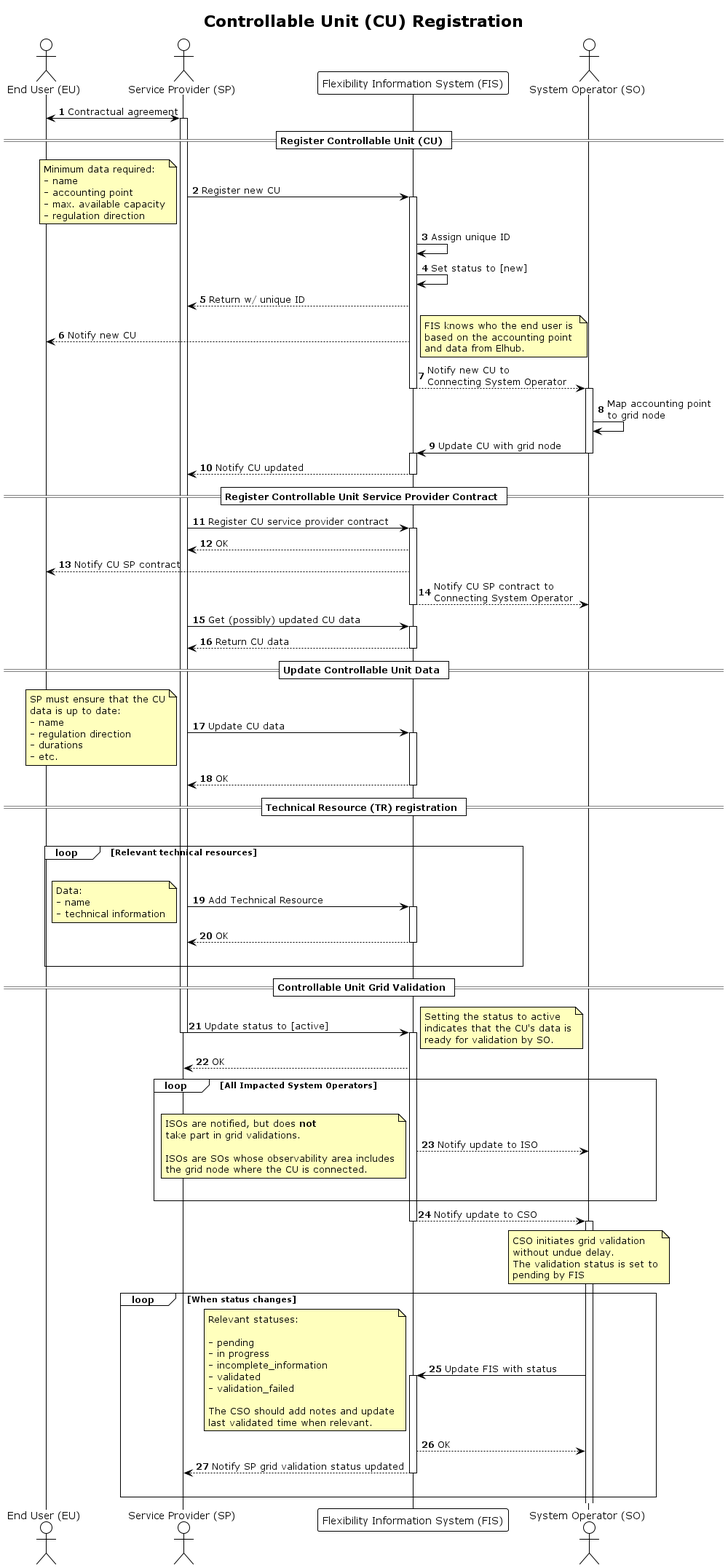
Above: docs/diagrams/controllable_unit_registration.png in elhub/flex-information-system (PlantUML), before the change.
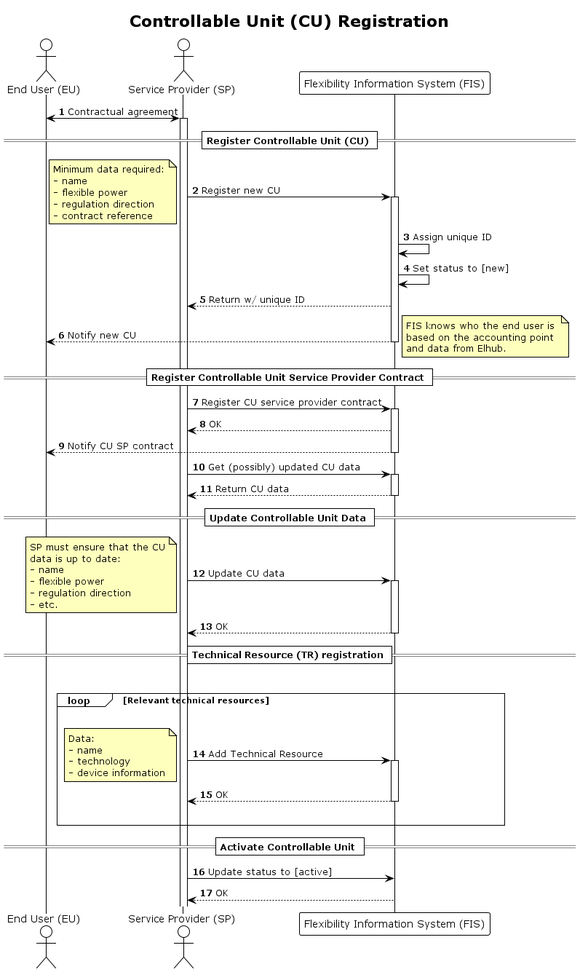
After the change.

Commit message:
Docs: update CU registration process (#877)

Change to the diagram source:
```diff
@@ -8,10 +8,9 @@
     BackgroundColor #FFFFBD
 }
 
-actor "End User (EU)" AS EU
+actor "End User (EU)" as EU
 actor "Service Provider (SP)" as SP
 participant "Flexibility Information System (FIS)" as FIS
-actor "System Operator (SO)" as SO
 
 EU <-> SP: Contractual agreement
 activate SP
@@ -22,9 +21,9 @@
 note left
     Minimum data required:
     - name
-    - accounting point
-    - max. available capacity
+    - flexible power
     - regulation direction
+    - contract reference
 end note
 
 activate FIS
@@ -37,15 +36,6 @@
     based on the accounting point
     and data from Elhub.
 end note
-FIS --> SO: Notify new CU to\nConnecting System Operator
-deactivate FIS
-
-activate SO
-SO -> SO: Map accounting point \nto grid node
-SO -> FIS: Update CU with grid node
-deactivate SO
-activate FIS
-FIS --> SP: Notify CU updated
 deactivate FIS
 
 == Register Controllable Unit Service Provider Contract ==
@@ -54,7 +44,6 @@
 activate FIS
 FIS --> SP: OK
 FIS --> EU : Notify CU SP contract
-FIS --> SO: Notify CU SP contract to\nConnecting System Operator
 deactivate FIS
 
 SP -> FIS: Get (possibly) updated CU data
@@ -69,8 +58,8 @@
     SP must ensure that the CU
     data is up to date:
     - name
+    - flexible power
     - regulation direction
-    - durations
     - etc.
 end note
 activate FIS
@@ -88,7 +77,8 @@
     note left
         Data:
         - name
-        - technical information
+        - technology
+        - device information
     end note
     activate FIS
     FIS --> SP: OK
@@ -96,61 +86,9 @@
     |||
 end
 
-== Controllable Unit Grid Validation ==
+== Activate Controllable Unit ==
 
 SP -> FIS: Update status to [active]
-deactivate SP
-activate FIS
-note right
-    Setting the status to active
-    indicates that the CU's data is
-    ready for validation by SO.
-end note
 FIS --> SP: OK
 
-loop All Impacted System Operators
-    |||
-    FIS --> SO: Notify update to ISO
-    note left
-        ISOs are notified, but does <b>not</b>
-        take part in grid validations.
-
-        ISOs are SOs whose observability area includes
-        the grid node where the CU is connected.
-    end note
-    |||
-end
-
-FIS --> SO: Notify update to CSO
-deactivate FIS
-activate SO
-
-note over SO
-    CSO initiates grid validation
-    without undue delay.
-    The validation status is set to
-    pending by FIS
-end note
-loop When status changes
-    SO -> FIS: Update FIS with status
-    note left
-        Relevant statuses:
-
-        - pending
-        - in progress
-        - incomplete_information
-        - validated
-        - validation_failed
-
-        The CSO should add notes and update
-        last validated time when relevant.
-    end note
-    activate FIS
-    FIS --> SO: OK
-    FIS --> SP: Notify SP grid validation status updated
-    deactivate FIS
-    |||
-end
-
-
 @enduml
```
